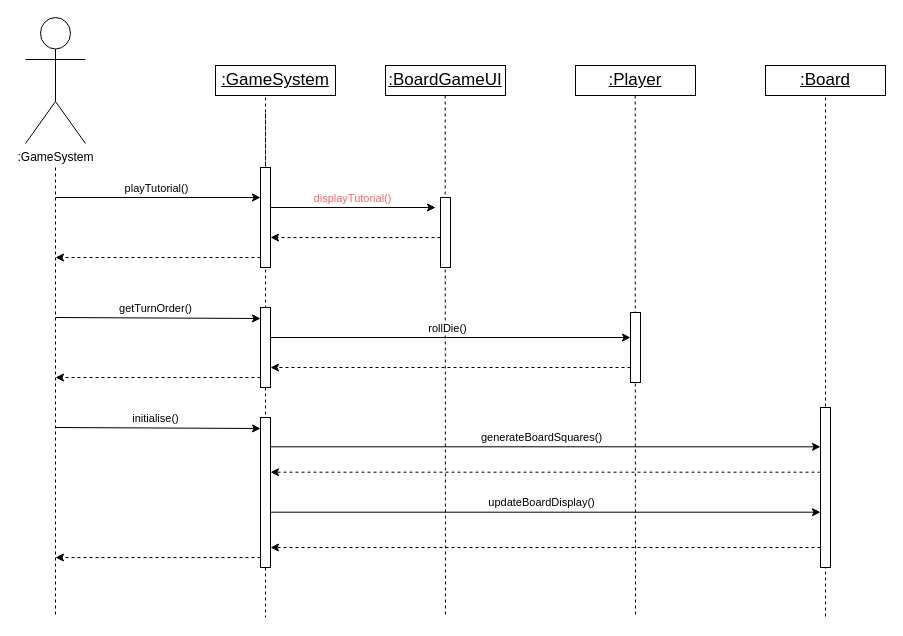
This is page "Start Game Setup & Player Introduction" (1 of 4) of Deliverables/Semester 1/PDF Report/Diagrams/Sequence Diagrams/Curtis_s_Sequence_Diagram.drawio from Xelodico/engineers-without-borders, a draw.io file, before an edit. Source tidied: cells renumbered, new cells numbered last; positions are measured from the earlier drawing's top-left corner, leaving out a move shared by most shapes. Both pictures are drawn from the tidied source at 100%, with x=0, y=0 at pixel (25, 17).
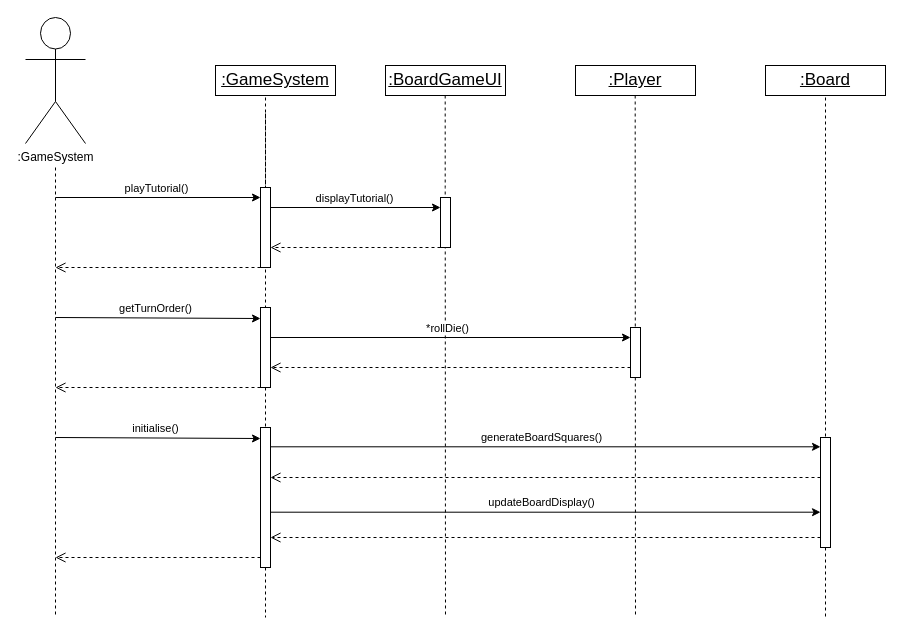
Above is the later version.

Unchanged cells that the change refers to:
```xml
<mxCell id="14" style="html=1;points=[[0,0,0,0,5],[0,1,0,0,-5],[1,0,0,0,5],[1,1,0,0,-5]];perimeter=orthogonalPerimeter;outlineConnect=0;targetShapes=umlLifeline;portConstraint=eastwest;newEdgeStyle={&quot;curved&quot;:0,&quot;rounded&quot;:0};" parent="1" vertex="1">
  <mxGeometry x="235" y="290" width="10" height="80" as="geometry" />
</mxCell>
```

The edit, as a diff of the source:
```diff
@@
-    <mxCell id="9" style="endArrow=classic;dashed=1;html=1;rounded=0;" parent="1" edge="1">
-      <mxGeometry relative="1" as="geometry">
-        <mxPoint x="235" y="240" as="sourcePoint" />
-        <mxPoint x="30" y="240" as="targetPoint" />
-      </mxGeometry>
-    </mxCell>
@@
-    <mxCell id="12" style="endArrow=classic;dashed=1;html=1;rounded=0;" parent="1" edge="1">
-      <mxGeometry relative="1" as="geometry">
-        <mxPoint x="235" y="360" as="sourcePoint" />
-        <mxPoint x="30" y="360" as="targetPoint" />
-      </mxGeometry>
-    </mxCell>
@@
     <mxCell id="15" style="html=1;points=[[0,0,0,0,5],[0,1,0,0,-5],[1,0,0,0,5],[1,1,0,0,-5]];perimeter=orthogonalPerimeter;outlineConnect=0;targetShapes=umlLifeline;portConstraint=eastwest;newEdgeStyle={&quot;curved&quot;:0,&quot;rounded&quot;:0};" parent="1" vertex="1">
-      <mxGeometry x="235" y="150" width="10" height="100" as="geometry" />
+      <mxGeometry x="235" y="170" width="10" height="80" as="geometry" />
     </mxCell>
     <mxCell id="16" style="endArrow=classic;html=1;rounded=0;entryX=0;entryY=0;entryDx=0;entryDy=5;entryPerimeter=0;" parent="1" edge="1">
       <mxGeometry relative="1" as="geometry">
-        <mxPoint x="30" y="410" as="sourcePoint" />
-        <mxPoint x="235" y="411" as="targetPoint" />
+        <mxPoint x="30" y="420" as="sourcePoint" />
+        <mxPoint x="235" y="421" as="targetPoint" />
       </mxGeometry>
     </mxCell>
@@
-    <mxCell id="18" style="endArrow=classic;dashed=1;html=1;rounded=0;" parent="1" edge="1">
-      <mxGeometry relative="1" as="geometry">
-        <mxPoint x="235" y="540" as="sourcePoint" />
-        <mxPoint x="30" y="540" as="targetPoint" />
-      </mxGeometry>
-    </mxCell>
     <mxCell id="19" style="html=1;points=[[0,0,0,0,5],[0,1,0,0,-5],[1,0,0,0,5],[1,1,0,0,-5]];perimeter=orthogonalPerimeter;outlineConnect=0;targetShapes=umlLifeline;portConstraint=eastwest;newEdgeStyle={&quot;curved&quot;:0,&quot;rounded&quot;:0};" parent="1" vertex="1">
-      <mxGeometry x="235" y="400" width="10" height="150" as="geometry" />
+      <mxGeometry x="235" y="410" width="10" height="140" as="geometry" />
     </mxCell>
@@
-    <mxCell id="21" style="endArrow=classic;html=1;rounded=0;" parent="1" edge="1">
+    <mxCell id="21" style="endArrow=classic;html=1;rounded=0;" parent="1" edge="1" target="24">
       <mxGeometry relative="1" as="geometry">
         <mxPoint x="245" y="190" as="sourcePoint" />
-        <mxPoint x="410" y="190" as="targetPoint" />
       </mxGeometry>
     </mxCell>
-    <mxCell id="22" value="&lt;font color=&quot;#ff6666&quot;&gt;displayTutorial()&lt;/font&gt;" style="edgeLabel;html=1;align=center;verticalAlign=middle;strokeColor=#FF7575;fillColor=#FF6666;" parent="21" vertex="1">
+    <mxCell id="22" value="displayTutorial()" style="edgeLabel;html=1;align=center;verticalAlign=middle;strokeColor=#FF7575;fillColor=#FF6666;" parent="21" vertex="1">
       <mxGeometry x="-0.02" relative="1" as="geometry">
         <mxPoint y="-10" as="offset" />
       </mxGeometry>
     </mxCell>
@@
     <mxCell id="24" style="html=1;points=[[0,0,0,0,5],[0,1,0,0,-5],[1,0,0,0,5],[1,1,0,0,-5]];perimeter=orthogonalPerimeter;outlineConnect=0;targetShapes=umlLifeline;portConstraint=eastwest;newEdgeStyle={&quot;curved&quot;:0,&quot;rounded&quot;:0};" parent="1" vertex="1">
-      <mxGeometry x="415" y="180" width="10" height="70" as="geometry" />
+      <mxGeometry x="415" y="180" width="10" height="50" as="geometry" />
     </mxCell>
-    <mxCell id="25" style="endArrow=classic;dashed=1;html=1;rounded=0;" parent="1" edge="1" target="15">
-      <mxGeometry relative="1" as="geometry">
-        <mxPoint x="415" y="220" as="sourcePoint" />
-      </mxGeometry>
-    </mxCell>
@@
     <mxCell id="28" style="html=1;points=[[0,0,0,0,5],[0,1,0,0,-5],[1,0,0,0,5],[1,1,0,0,-5]];perimeter=orthogonalPerimeter;outlineConnect=0;targetShapes=umlLifeline;portConstraint=eastwest;newEdgeStyle={&quot;curved&quot;:0,&quot;rounded&quot;:0};" parent="1" vertex="1">
-      <mxGeometry x="605" y="295" width="10" height="70" as="geometry" />
+      <mxGeometry x="605" y="310" width="10" height="50" as="geometry" />
     </mxCell>
-    <mxCell id="29" style="endArrow=classic;html=1;rounded=0;" parent="1" edge="1" target="28">
+    <mxCell id="29" style="endArrow=classic;html=1;rounded=0;" parent="1" edge="1">
       <mxGeometry relative="1" as="geometry">
         <mxPoint x="245" y="320" as="sourcePoint" />
+        <mxPoint x="605" y="320" as="targetPoint" />
       </mxGeometry>
     </mxCell>
-    <mxCell id="30" value="rollDie()" style="edgeLabel;html=1;align=center;verticalAlign=middle;" parent="29" vertex="1">
+    <mxCell id="30" value="*rollDie()" style="edgeLabel;html=1;align=center;verticalAlign=middle;" parent="29" vertex="1">
       <mxGeometry x="-0.02" relative="1" as="geometry">
         <mxPoint y="-10" as="offset" />
       </mxGeometry>
     </mxCell>
-    <mxCell id="31" style="endArrow=classic;dashed=1;html=1;rounded=0;" parent="1" edge="1">
-      <mxGeometry relative="1" as="geometry">
-        <mxPoint x="605" y="350" as="sourcePoint" />
-        <mxPoint x="245" y="350" as="targetPoint" />
-      </mxGeometry>
-    </mxCell>
@@
     <mxCell id="34" style="html=1;perimeter=orthogonalPerimeter;targetShapes=umlLifeline;newEdgeStyle={&quot;curved&quot;:0,&quot;rounded&quot;:0};" parent="1" vertex="1">
-      <mxGeometry x="795" y="390" width="10" height="160" as="geometry" />
+      <mxGeometry x="795" y="420" width="10" height="110" as="geometry" />
     </mxCell>
@@
-    <mxCell id="37" style="endArrow=classic;dashed=1;html=1;rounded=0;" parent="1" edge="1">
-      <mxGeometry relative="1" as="geometry">
-        <mxPoint x="795" y="454.7" as="sourcePoint" />
-        <mxPoint x="245" y="454.7" as="targetPoint" />
-      </mxGeometry>
-    </mxCell>
@@
-    <mxCell id="40" style="endArrow=classic;dashed=1;html=1;rounded=0;" parent="1" edge="1">
-      <mxGeometry relative="1" as="geometry">
-        <mxPoint x="795" y="530" as="sourcePoint" />
-        <mxPoint x="245" y="530" as="targetPoint" />
-      </mxGeometry>
-    </mxCell>
+    <mxCell id="41" style="html=1;verticalAlign=bottom;endArrow=open;dashed=1;endSize=8;curved=0;rounded=0;" parent="1" edge="1" target="15">
+      <mxGeometry relative="1" as="geometry">
+        <mxPoint x="415" y="230" as="sourcePoint" />
+      </mxGeometry>
+    </mxCell>
+    <mxCell id="42" style="html=1;verticalAlign=bottom;endArrow=open;dashed=1;endSize=8;curved=0;rounded=0;" parent="1" edge="1" source="15">
+      <mxGeometry relative="1" as="geometry">
+        <mxPoint x="30" y="250" as="targetPoint" />
+      </mxGeometry>
+    </mxCell>
+    <mxCell id="43" style="html=1;verticalAlign=bottom;endArrow=open;dashed=1;endSize=8;curved=0;rounded=0;" parent="1" edge="1">
+      <mxGeometry relative="1" as="geometry">
+        <mxPoint x="605" y="350" as="sourcePoint" />
+        <mxPoint x="245" y="350" as="targetPoint" />
+      </mxGeometry>
+    </mxCell>
+    <mxCell id="44" style="html=1;verticalAlign=bottom;endArrow=open;dashed=1;endSize=8;curved=0;rounded=0;" parent="1" edge="1" source="14">
+      <mxGeometry relative="1" as="geometry">
+        <mxPoint x="30" y="370" as="targetPoint" />
+      </mxGeometry>
+    </mxCell>
+    <mxCell id="45" style="html=1;verticalAlign=bottom;endArrow=open;dashed=1;endSize=8;curved=0;rounded=0;exitX=0.5;exitY=0.364;exitDx=0;exitDy=0;exitPerimeter=0;" parent="1" edge="1" target="19">
+      <mxGeometry relative="1" as="geometry">
+        <mxPoint x="795" y="460" as="sourcePoint" />
+        <Array as="points">
+          <mxPoint x="295" y="460" />
+        </Array>
+      </mxGeometry>
+    </mxCell>
+    <mxCell id="46" style="html=1;verticalAlign=bottom;endArrow=open;dashed=1;endSize=8;curved=0;rounded=0;exitX=0.5;exitY=0.364;exitDx=0;exitDy=0;exitPerimeter=0;" parent="1" edge="1">
+      <mxGeometry relative="1" as="geometry">
+        <mxPoint x="795" y="520" as="sourcePoint" />
+        <mxPoint x="245" y="520" as="targetPoint" />
+        <Array as="points">
+          <mxPoint x="295" y="520" />
+        </Array>
+      </mxGeometry>
+    </mxCell>
+    <mxCell id="47" style="html=1;verticalAlign=bottom;endArrow=open;dashed=1;endSize=8;curved=0;rounded=0;" parent="1" edge="1">
+      <mxGeometry relative="1" as="geometry">
+        <mxPoint x="235" y="540" as="sourcePoint" />
+        <mxPoint x="30" y="540" as="targetPoint" />
+      </mxGeometry>
+    </mxCell>
```
